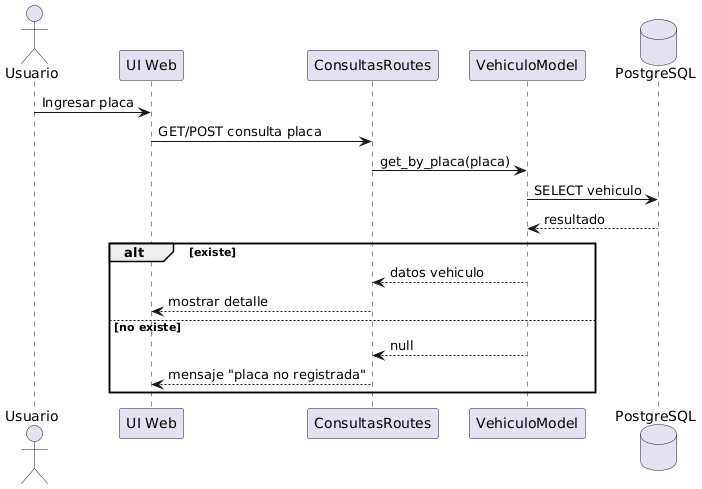
Before: docs/uml/render/secuencias/CU05_consultar_placa.png, a diagram exported from PlantUML (maranavard/SISTEMA-COMPUTACIONAL-PARA-LA-GESTION-Y-CONTROL-DE-ACCESO-DE-AUTOMOVILES-M-DULO-WEB).
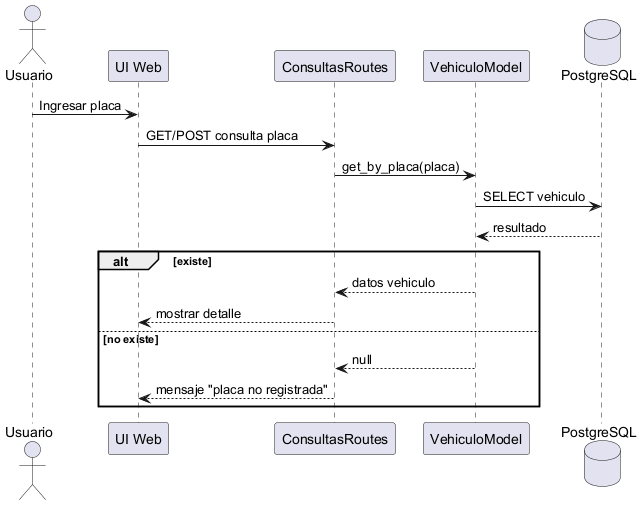
Above is the later version.

Diff of the diagram source:
```diff
@@ -1,4 +1,4 @@
-@startuml
+@startuml CU05_consultar_placa
 actor Usuario
 participant "UI Web" as UI
 participant "ConsultasRoutes" as R
```
